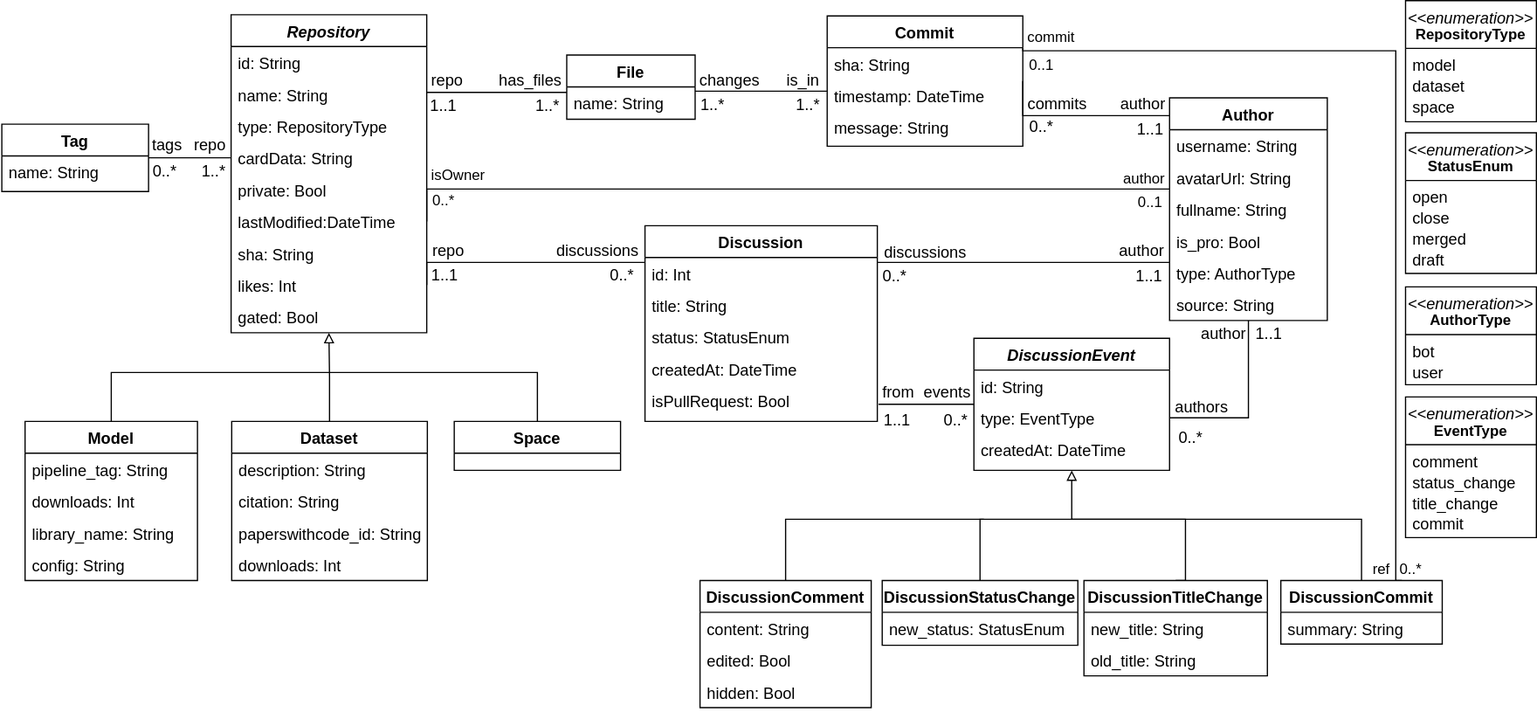
The draw.io diagram resources/figs/conceptualSchema.svg in SOM-Research/HFCommunity, before a commit. Source tidied: cells renumbered, new cells last; positions are measured from the earlier drawing's top-left corner, leaving out a move shared by most shapes.
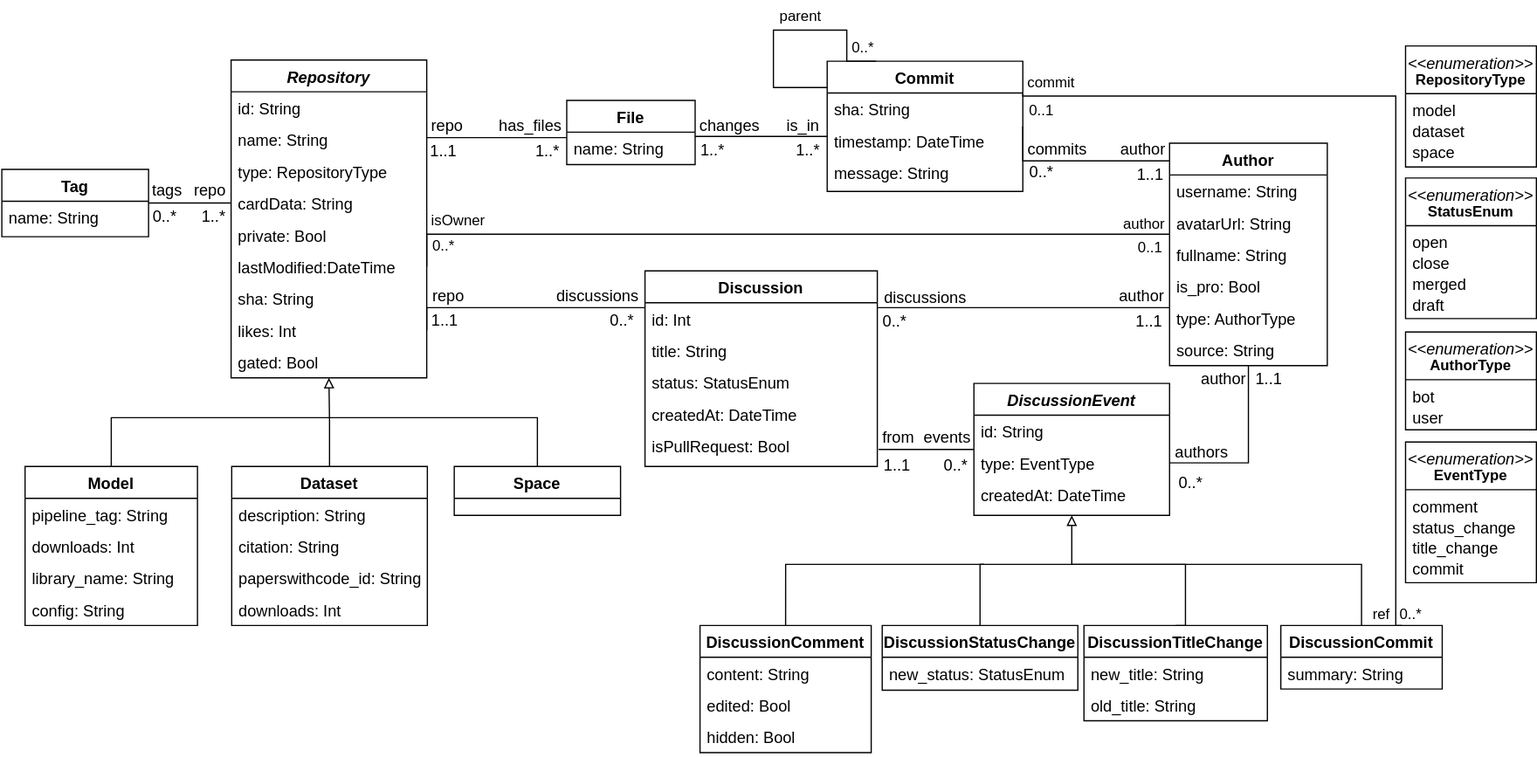
The same file after the commit.

The edit, as a diff of the source:
```diff
@@ -477,5 +477,21 @@
     <mxCell id="138" value="&lt;b&gt;EventType&lt;/b&gt;" style="text;html=1;strokeColor=none;fillColor=none;align=center;verticalAlign=middle;whiteSpace=wrap;rounded=0;fontFamily=Helvetica;fontSize=12;fontColor=default;" parent="132" vertex="1">
       <mxGeometry x="27" y="13.2" width="53.1" height="29.4" as="geometry" />
     </mxCell>
+    <mxCell id="139" style="edgeStyle=orthogonalEdgeStyle;rounded=0;orthogonalLoop=1;jettySize=auto;html=1;exitX=0.25;exitY=0;exitDx=0;exitDy=0;endArrow=none;endFill=0;" parent="1" edge="1" source="50" target="50">
+      <mxGeometry relative="1" as="geometry">
+        <Array as="points">
+          <mxPoint x="691" y="12" />
+          <mxPoint x="691" y="-13" />
+          <mxPoint x="631" y="-13" />
+          <mxPoint x="631" y="34" />
+        </Array>
+      </mxGeometry>
+    </mxCell>
+    <mxCell id="140" value="parent" style="text;html=1;align=center;verticalAlign=middle;strokeColor=none;fillColor=none;" parent="1" vertex="1">
+      <mxGeometry x="627" y="-37" width="52" height="26" as="geometry" />
+    </mxCell>
+    <mxCell id="141" value="0..*" style="text;html=1;align=center;verticalAlign=middle;strokeColor=none;fillColor=none;" parent="1" vertex="1">
+      <mxGeometry x="686" y="-11.5" width="36" height="26" as="geometry" />
+    </mxCell>
   </root>
 </mxGraphModel>
```
